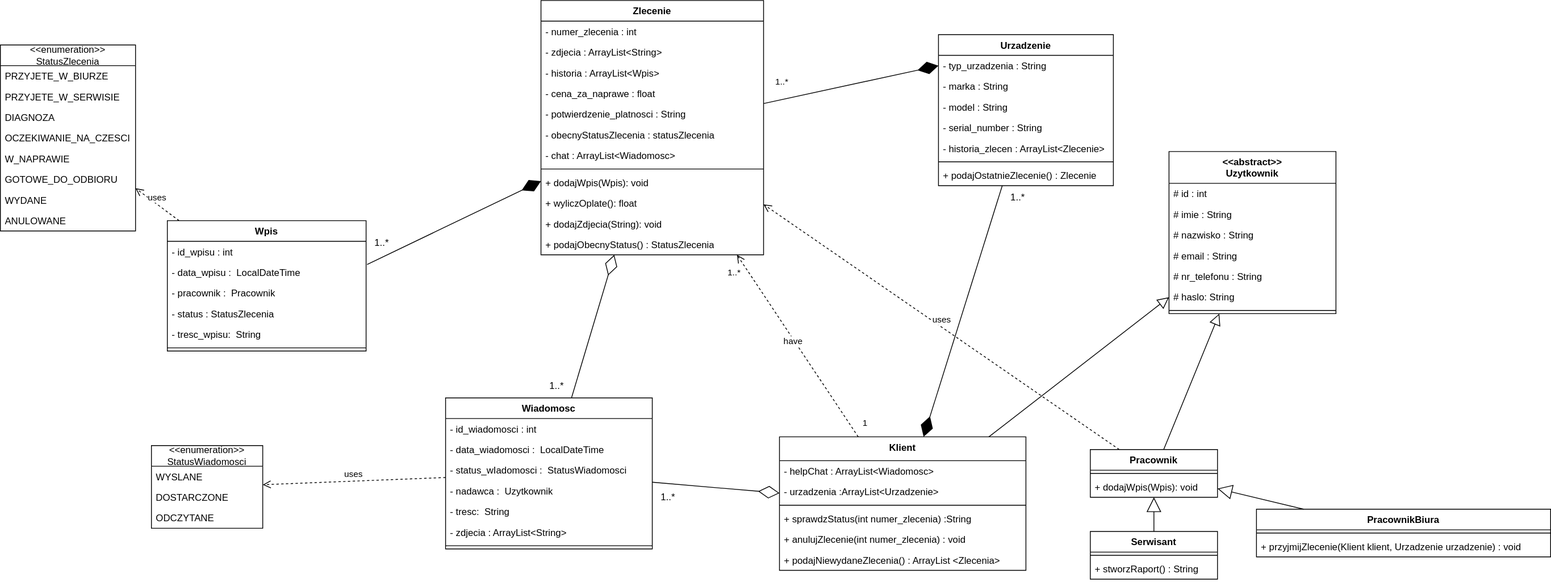
Above: DiagramKlas.drawio.svg in pborysq/ProjektIO (draw.io), before the change. Source tidied: cells renumbered, new cells last; positions are measured from the earlier drawing's top-left corner, leaving out a move shared by most shapes.
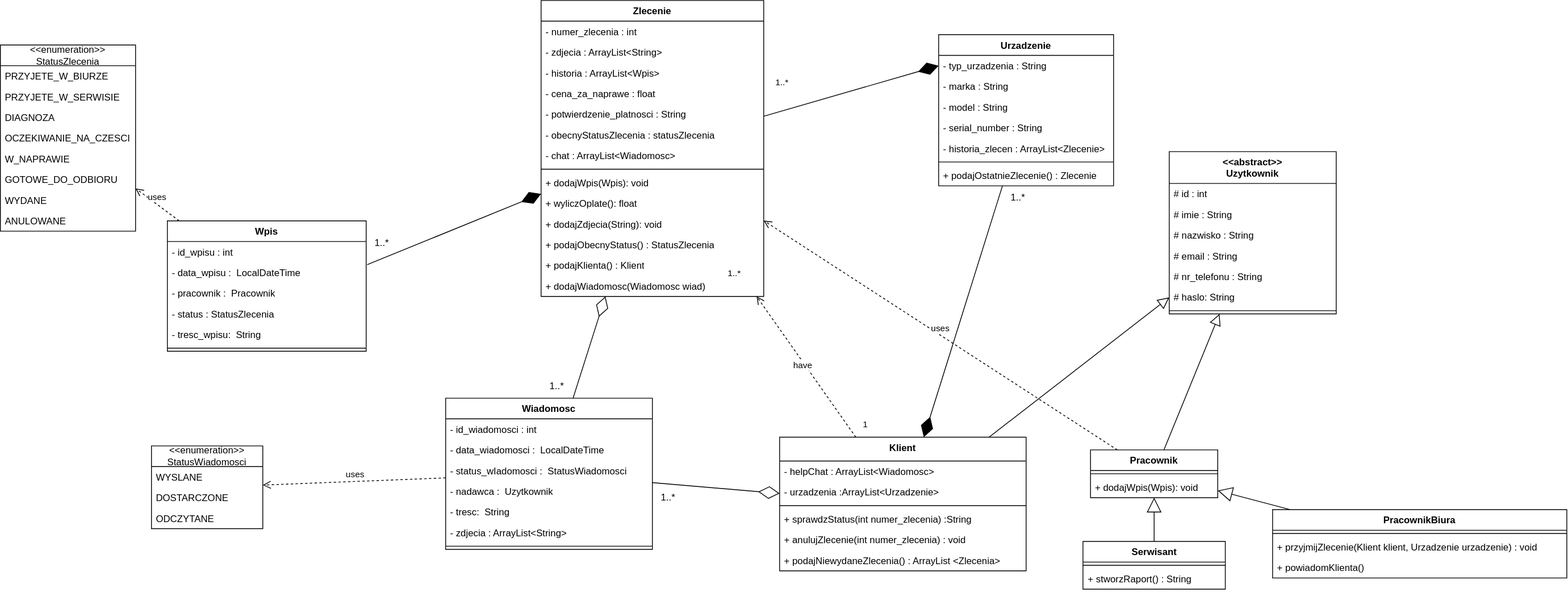
The same diagram one commit later.

Commit message:
diagram przebiegu part 2 poprawiony diagram klas

Change to the diagram source:
```diff
@@ -72,7 +72,7 @@
       <mxGeometry y="142" width="310" height="26" as="geometry" />
     </mxCell>
     <mxCell id="25" value="Zlecenie" style="swimlane;fontStyle=1;align=center;verticalAlign=top;horizontal=1;startSize=26;whiteSpace=wrap;html=1;" parent="1" vertex="1">
-      <mxGeometry x="680" width="280" height="320" as="geometry" />
+      <mxGeometry x="680" width="280" height="372" as="geometry" />
     </mxCell>
     <mxCell id="26" value="- numer_zlecenia : int" style="text;align=left;verticalAlign=top;spacingLeft=4;spacingRight=4;overflow=hidden;" parent="25" vertex="1">
       <mxGeometry y="26" width="280" height="26" as="geometry" />
@@ -110,6 +110,12 @@
     <mxCell id="37" value="+ podajObecnyStatus() : StatusZlecenia" style="text;strokeColor=none;fillColor=none;align=left;verticalAlign=top;spacingLeft=4;spacingRight=4;overflow=hidden;whiteSpace=wrap;html=1;" parent="25" vertex="1">
       <mxGeometry y="294" width="280" height="26" as="geometry" />
     </mxCell>
+    <mxCell id="96" value="+ podajKlienta() : Klient" style="text;strokeColor=none;fillColor=none;align=left;verticalAlign=top;spacingLeft=4;spacingRight=4;overflow=hidden;whiteSpace=wrap;html=1;" parent="25" vertex="1">
+      <mxGeometry y="320" width="280" height="26" as="geometry" />
+    </mxCell>
+    <mxCell id="97" value="+ dodajWiadomosc(Wiadomosc wiad)" style="text;strokeColor=none;fillColor=none;align=left;verticalAlign=top;spacingLeft=4;spacingRight=4;overflow=hidden;whiteSpace=wrap;html=1;" parent="25" vertex="1">
+      <mxGeometry y="346" width="280" height="26" as="geometry" />
+    </mxCell>
     <mxCell id="38" value="Urzadzenie" style="swimlane;fontStyle=1;align=center;verticalAlign=top;horizontal=1;startSize=26;whiteSpace=wrap;html=1;" parent="1" vertex="1">
       <mxGeometry x="1180" y="43" width="220" height="190" as="geometry" />
     </mxCell>
@@ -135,16 +141,16 @@
       <mxGeometry y="164" width="220" height="26" as="geometry" />
     </mxCell>
     <mxCell id="46" value="Serwisant" style="swimlane;fontStyle=1;align=center;verticalAlign=top;horizontal=1;startSize=26;whiteSpace=wrap;html=1;" parent="1" vertex="1">
-      <mxGeometry x="1371" y="668" width="160" height="60" as="geometry" />
+      <mxGeometry x="1361.5" y="680" width="179" height="60" as="geometry" />
     </mxCell>
     <mxCell id="47" style="line;strokeWidth=1;fillColor=none;align=left;verticalAlign=middle;spacingTop=-1;spacingLeft=3;spacingRight=3;labelPosition=right;strokeColor=inherit;" parent="46" vertex="1">
-      <mxGeometry y="26" width="160" height="8" as="geometry" />
+      <mxGeometry y="26" width="179" height="8" as="geometry" />
     </mxCell>
     <mxCell id="48" value="+ stworzRaport() : String" style="text;strokeColor=none;fillColor=none;align=left;verticalAlign=top;spacingLeft=4;spacingRight=4;overflow=hidden;whiteSpace=wrap;html=1;" parent="46" vertex="1">
-      <mxGeometry y="34" width="160" height="26" as="geometry" />
+      <mxGeometry y="34" width="179" height="26" as="geometry" />
     </mxCell>
     <mxCell id="49" value="PracownikBiura" style="swimlane;fontStyle=1;align=center;verticalAlign=top;horizontal=1;startSize=26;whiteSpace=wrap;html=1;" parent="1" vertex="1">
-      <mxGeometry x="1580" y="640" width="370" height="60" as="geometry" />
+      <mxGeometry x="1600" y="640" width="370" height="86" as="geometry" />
     </mxCell>
     <mxCell id="50" style="line;strokeWidth=1;fillColor=none;align=left;verticalAlign=middle;spacingTop=-1;spacingLeft=3;spacingRight=3;labelPosition=right;strokeColor=inherit;" parent="49" vertex="1">
       <mxGeometry y="26" width="370" height="8" as="geometry" />
@@ -152,6 +158,9 @@
     <mxCell id="51" value="+ przyjmijZlecenie(Klient klient, Urzadzenie urzadzenie) : void" style="text;strokeColor=none;fillColor=none;align=left;verticalAlign=top;spacingLeft=4;spacingRight=4;overflow=hidden;whiteSpace=wrap;html=1;" parent="49" vertex="1">
       <mxGeometry y="34" width="370" height="26" as="geometry" />
     </mxCell>
+    <mxCell id="98" value="+ powiadomKlienta()" style="text;strokeColor=none;fillColor=none;align=left;verticalAlign=top;spacingLeft=4;spacingRight=4;overflow=hidden;whiteSpace=wrap;html=1;" parent="49" vertex="1">
+      <mxGeometry y="60" width="370" height="26" as="geometry" />
+    </mxCell>
     <mxCell id="52" value="Pracownik" style="swimlane;fontStyle=1;align=center;verticalAlign=top;horizontal=1;startSize=26;whiteSpace=wrap;html=1;" parent="1" vertex="1">
       <mxGeometry x="1371" y="565" width="160" height="60" as="geometry" />
     </mxCell>
```
